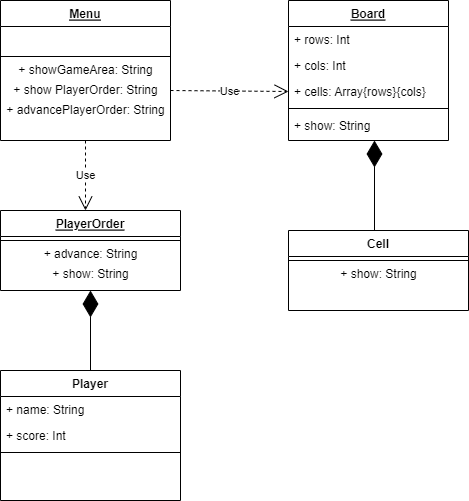
cd2323/hello-world keeps this draw.io diagram as BattleshipDiagram.drawio.png. Above is the earlier version. Source tidied: cells renumbered, new cells last; positions are measured from the earlier drawing's top-left corner, leaving out a move shared by most shapes.
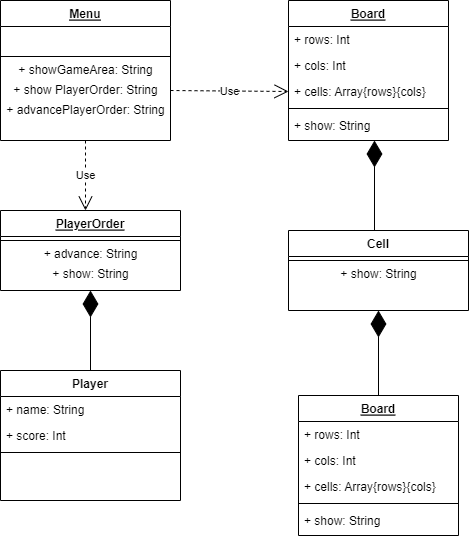
The same file after the commit.

What changed in the source:
```diff
@@ -90,5 +90,28 @@
     <mxCell id="28" value="+ show: String" style="text;html=1;align=center;verticalAlign=middle;strokeColor=none;fillColor=none;" parent="26" vertex="1">
       <mxGeometry y="34" width="180" height="20" as="geometry" />
     </mxCell>
+    <mxCell id="29" style="endArrow=diamondThin;endFill=1;endSize=24;html=1;rounded=0;entryX=0.5;entryY=1;entryDx=0;entryDy=0;" parent="1" edge="1" target="26">
+      <mxGeometry relative="1" as="geometry">
+        <mxPoint x="378" y="400" as="sourcePoint" />
+      </mxGeometry>
+    </mxCell>
+    <mxCell id="30" value="Board" style="swimlane;fontStyle=5;align=center;verticalAlign=top;horizontal=1;startSize=26;rounded=0;shadow=0;strokeWidth=1;" parent="1" vertex="1">
+      <mxGeometry x="298" y="395" width="160" height="140" as="geometry" />
+    </mxCell>
+    <mxCell id="31" value="+ rows: Int" style="text;align=left;verticalAlign=top;spacingLeft=4;spacingRight=4;overflow=hidden;" parent="30" vertex="1">
+      <mxGeometry y="26" width="160" height="26" as="geometry" />
+    </mxCell>
+    <mxCell id="32" value="+ cols: Int" style="text;align=left;verticalAlign=top;spacingLeft=4;spacingRight=4;overflow=hidden;rounded=0;shadow=0;html=0;" parent="30" vertex="1">
+      <mxGeometry y="52" width="160" height="26" as="geometry" />
+    </mxCell>
+    <mxCell id="33" value="+ cells: Array{rows}{cols}" style="text;align=left;verticalAlign=top;spacingLeft=4;spacingRight=4;overflow=hidden;rounded=0;shadow=0;html=0;" parent="30" vertex="1">
+      <mxGeometry y="78" width="160" height="26" as="geometry" />
+    </mxCell>
+    <mxCell id="34" style="line;html=1;strokeWidth=1;align=left;verticalAlign=middle;spacingTop=-1;spacingLeft=3;spacingRight=3;labelPosition=right;" parent="30" vertex="1">
+      <mxGeometry y="104" width="160" height="8" as="geometry" />
+    </mxCell>
+    <mxCell id="35" value="+ show: String" style="text;align=left;verticalAlign=top;spacingLeft=4;spacingRight=4;overflow=hidden;" parent="30" vertex="1">
+      <mxGeometry y="112" width="160" height="26" as="geometry" />
+    </mxCell>
   </root>
 </mxGraphModel>
```
